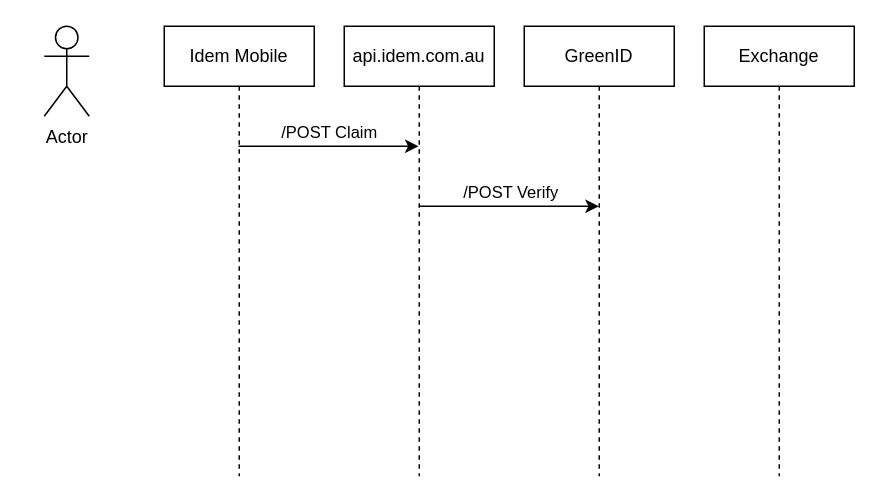
Before: did.component.drawio in dltxio/idem-old, a draw.io diagram. Source tidied: cells renumbered, new cells numbered last; positions are measured from the earlier drawing's top-left corner, leaving out a move shared by most shapes. Both pictures are drawn from the tidied source at 150%, with x=0, y=0 at pixel (44, 26).
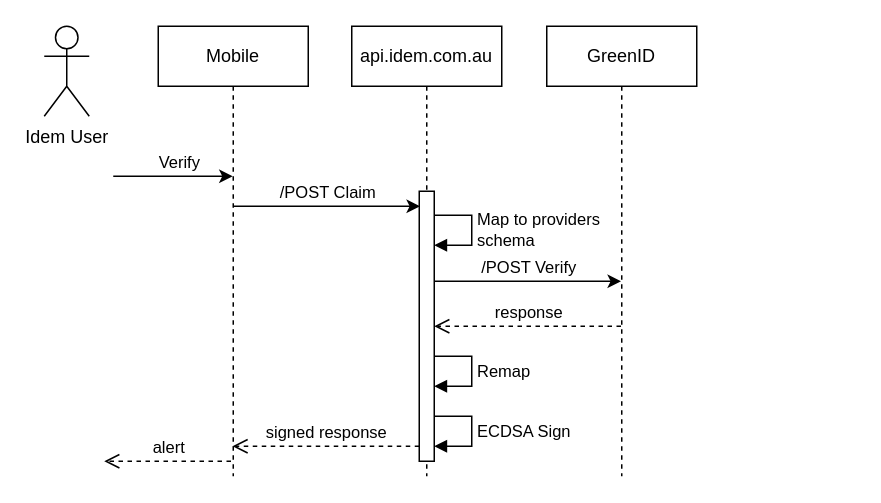
The same page after the edit.

The edit, as a diff of the source:
```diff
@@
-    <mxCell id="2" value="Actor" style="shape=umlActor;verticalLabelPosition=bottom;verticalAlign=top;html=1;" parent="1" vertex="1">
+    <mxCell id="2" value="Idem User" style="shape=umlActor;verticalLabelPosition=bottom;verticalAlign=top;html=1;" parent="1" vertex="1">
       <mxGeometry width="30" height="60" as="geometry" />
     </mxCell>
-    <mxCell id="3" value="Idem Mobile" style="shape=umlLifeline;perimeter=lifelinePerimeter;whiteSpace=wrap;html=1;outlineConnect=0;" parent="1" vertex="1">
-      <mxGeometry x="80" width="100" height="300" as="geometry" />
+    <mxCell id="3" value="Mobile" style="shape=umlLifeline;perimeter=lifelinePerimeter;whiteSpace=wrap;html=1;outlineConnect=0;" parent="1" vertex="1">
+      <mxGeometry x="76" width="100" height="300" as="geometry" />
     </mxCell>
     <mxCell id="4" value="api.idem.com.au" style="shape=umlLifeline;perimeter=lifelinePerimeter;whiteSpace=wrap;html=1;outlineConnect=0;" parent="1" vertex="1">
-      <mxGeometry x="200" width="100" height="300" as="geometry" />
+      <mxGeometry x="205" width="100" height="300" as="geometry" />
     </mxCell>
+    <mxCell id="11" value="response" style="html=1;verticalAlign=bottom;endArrow=open;dashed=1;endSize=8;" parent="4" edge="1" source="5">
+      <mxGeometry relative="1" as="geometry">
+        <mxPoint x="55" y="200" as="targetPoint" />
+      </mxGeometry>
+    </mxCell>
     <mxCell id="5" value="GreenID" style="shape=umlLifeline;perimeter=lifelinePerimeter;whiteSpace=wrap;html=1;outlineConnect=0;" parent="1" vertex="1">
-      <mxGeometry x="320" width="100" height="300" as="geometry" />
+      <mxGeometry x="335" width="100" height="300" as="geometry" />
     </mxCell>
-    <mxCell id="6" value="Exchange" style="shape=umlLifeline;perimeter=lifelinePerimeter;whiteSpace=wrap;html=1;" parent="1" vertex="1">
-      <mxGeometry x="440" width="100" height="300" as="geometry" />
-    </mxCell>
-    <mxCell id="7" style="endArrow=classic;html=1;" parent="1" edge="1" source="3" target="4">
+    <mxCell id="7" style="endArrow=classic;html=1;" parent="1" edge="1">
       <mxGeometry relative="1" as="geometry">
+        <mxPoint x="126.1" y="120" as="sourcePoint" />
+        <mxPoint x="250.5" y="120" as="targetPoint" />
         <Array as="points">
-          <mxPoint x="170" y="80" />
+          <mxPoint x="166.2" y="120" />
         </Array>
       </mxGeometry>
     </mxCell>
@@
-    <mxCell id="9" style="endArrow=classic;html=1;" parent="1" edge="1">
+    <mxCell id="9" style="endArrow=classic;html=1;" parent="1" edge="1" target="5">
       <mxGeometry relative="1" as="geometry">
-        <mxPoint x="250" y="120" as="sourcePoint" />
-        <mxPoint x="369.7" y="120" as="targetPoint" />
+        <mxPoint x="260" y="170" as="sourcePoint" />
         <Array as="points">
-          <mxPoint x="290.2" y="120" />
+          <mxPoint x="300.2" y="170" />
         </Array>
       </mxGeometry>
     </mxCell>
@@
+    <mxCell id="12" style="endArrow=classic;html=1;" parent="1" edge="1">
+      <mxGeometry relative="1" as="geometry">
+        <mxPoint x="46" y="100" as="sourcePoint" />
+        <mxPoint x="125.6" y="100" as="targetPoint" />
+        <Array as="points">
+          <mxPoint x="46.1" y="100" />
+        </Array>
+      </mxGeometry>
+    </mxCell>
+    <mxCell id="13" value="Verify" style="edgeLabel;html=1;align=center;verticalAlign=middle;" parent="12" vertex="1">
+      <mxGeometry x="-0.16" relative="1" as="geometry">
+        <mxPoint x="10" y="-10" as="offset" />
+      </mxGeometry>
+    </mxCell>
+    <mxCell id="14" style="html=1;perimeter=orthogonalPerimeter;" parent="1" vertex="1">
+      <mxGeometry x="250" y="110" width="10" height="180" as="geometry" />
+    </mxCell>
+    <mxCell id="15" value="&lt;div&gt;Map to providers&lt;/div&gt;&lt;div&gt;schema&lt;br&gt;&lt;/div&gt;" style="edgeStyle=orthogonalEdgeStyle;html=1;align=left;spacingLeft=2;endArrow=block;rounded=0;entryX=1;entryY=0;" parent="1" edge="1">
+      <mxGeometry relative="1" as="geometry">
+        <mxPoint x="260" y="126" as="sourcePoint" />
+        <mxPoint x="260" y="146" as="targetPoint" />
+        <Array as="points">
+          <mxPoint x="285" y="126" />
+        </Array>
+      </mxGeometry>
+    </mxCell>
+    <mxCell id="16" value="Remap" style="edgeStyle=orthogonalEdgeStyle;html=1;align=left;spacingLeft=2;endArrow=block;rounded=0;entryX=1;entryY=0;" parent="1" edge="1">
+      <mxGeometry relative="1" as="geometry">
+        <mxPoint x="260" y="220" as="sourcePoint" />
+        <mxPoint x="260" y="240" as="targetPoint" />
+        <Array as="points">
+          <mxPoint x="285" y="220" />
+        </Array>
+      </mxGeometry>
+    </mxCell>
+    <mxCell id="17" value="signed response" style="html=1;verticalAlign=bottom;endArrow=open;dashed=1;endSize=8;" parent="1" edge="1">
+      <mxGeometry relative="1" as="geometry">
+        <mxPoint x="250" y="280" as="sourcePoint" />
+        <mxPoint x="125.5" y="280" as="targetPoint" />
+      </mxGeometry>
+    </mxCell>
+    <mxCell id="18" value="ECDSA Sign" style="edgeStyle=orthogonalEdgeStyle;html=1;align=left;spacingLeft=2;endArrow=block;rounded=0;entryX=1;entryY=0;" parent="1" edge="1">
+      <mxGeometry relative="1" as="geometry">
+        <mxPoint x="260" y="260" as="sourcePoint" />
+        <mxPoint x="260" y="280" as="targetPoint" />
+        <Array as="points">
+          <mxPoint x="285" y="260" />
+        </Array>
+      </mxGeometry>
+    </mxCell>
+    <mxCell id="19" value="alert" style="html=1;verticalAlign=bottom;endArrow=open;dashed=1;endSize=8;" parent="1" edge="1">
+      <mxGeometry relative="1" as="geometry">
+        <mxPoint x="124.5" y="290" as="sourcePoint" />
+        <mxPoint x="40" y="290" as="targetPoint" />
+      </mxGeometry>
+    </mxCell>
```
